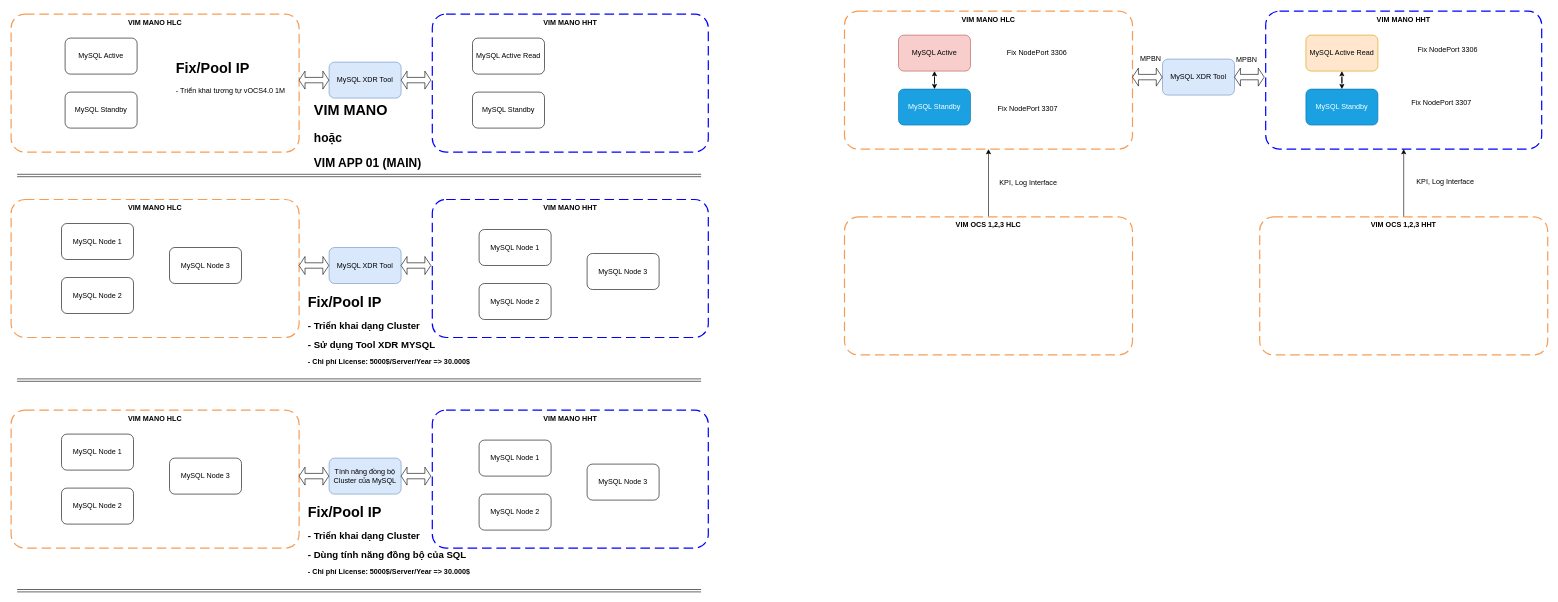
Above: page "MySQL" (1 of 2) of OCS100M/OCS4.0100M.drawio in duongbkak55/work (draw.io), before the change. Source tidied: cells renumbered, new cells numbered last; positions are measured from the earlier drawing's top-left corner, leaving out a move shared by most shapes. Both pictures are drawn from the tidied source at 60%, with x=0, y=0 at pixel (11, 11).
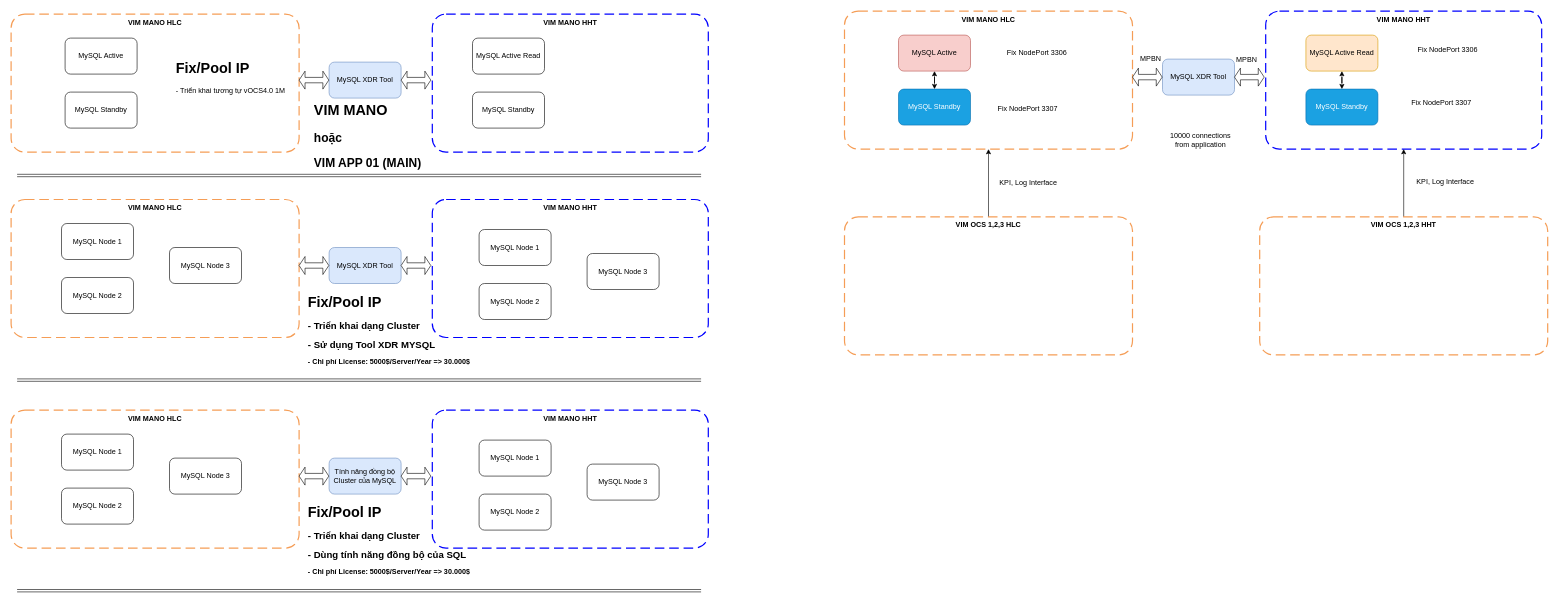
After the change.

Commit message:
Cập nhật OCS4.0100M.drawio

The edit, as a diff of the source:
```diff
@@
+    <mxCell id="67" value="10000 connections from application" style="text;html=1;strokeColor=none;fillColor=none;align=center;verticalAlign=middle;whiteSpace=wrap;rounded=0;" parent="1" vertex="1">
+      <mxGeometry x="1923" y="179.5" width="119" height="71" as="geometry" />
+    </mxCell>
```
